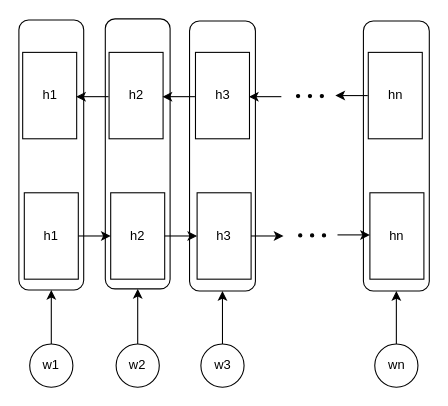
Before: LSTM+Attention.drawio in clement-micol/Neural-Network-Architecture-Diagrams, a draw.io diagram. Source tidied: cells renumbered, new cells numbered last; positions are measured from the earlier drawing's top-left corner, leaving out a move shared by most shapes. Both pictures are drawn from the tidied source at 108%, with x=0, y=0 at pixel (18, 18).
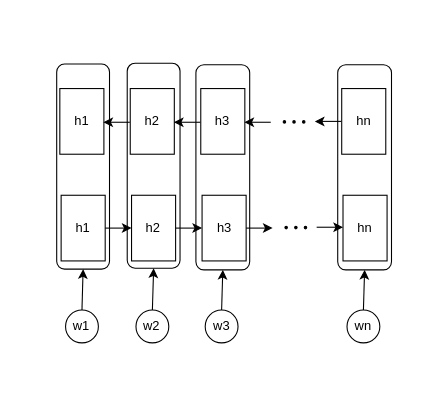
The same diagram, later.

What changed in the source:
```diff
@@
+    <mxCell id="36" style="group;" parent="1" vertex="1">
+      <mxGeometry x="35" y="41" width="310" height="259" as="geometry" />
+    </mxCell>
-    <mxCell id="2" style="rounded=1;whiteSpace=wrap;html=1;fillColor=none;direction=south;" parent="1" vertex="1">
-      <mxGeometry x="319" y="2" width="61" height="250" as="geometry" />
+    <mxCell id="2" style="rounded=1;whiteSpace=wrap;html=1;fillColor=none;direction=south;" parent="36" vertex="1">
+      <mxGeometry x="260.2" y="1.5" width="49.8" height="189.9" as="geometry" />
     </mxCell>
-    <mxCell id="3" style="rounded=1;whiteSpace=wrap;html=1;fillColor=none;direction=south;" parent="1" vertex="1">
-      <mxGeometry x="158" y="2" width="61" height="250" as="geometry" />
+    <mxCell id="3" style="rounded=1;whiteSpace=wrap;html=1;fillColor=none;direction=south;" parent="36" vertex="1">
+      <mxGeometry x="128.9" y="1.5" width="49.8" height="189.9" as="geometry" />
     </mxCell>
-    <mxCell id="4" style="rounded=1;whiteSpace=wrap;html=1;fillColor=none;direction=south;" parent="1" vertex="1">
-      <mxGeometry x="80" width="60" height="250" as="geometry" />
+    <mxCell id="4" style="rounded=1;whiteSpace=wrap;html=1;fillColor=none;direction=south;" parent="36" vertex="1">
+      <mxGeometry x="65.3" width="48.9" height="189.9" as="geometry" />
     </mxCell>
-    <mxCell id="5" style="rounded=1;whiteSpace=wrap;html=1;fillColor=none;direction=south;" parent="1" vertex="1">
-      <mxGeometry y="1" width="60" height="250" as="geometry" />
+    <mxCell id="5" style="rounded=1;whiteSpace=wrap;html=1;fillColor=none;direction=south;" parent="36" vertex="1">
+      <mxGeometry y="0.8" width="48.9" height="189.9" as="geometry" />
     </mxCell>
-    <mxCell id="6" value="h1" style="rounded=0;whiteSpace=wrap;html=1;" parent="1" vertex="1">
-      <mxGeometry x="5" y="161" width="50" height="80" as="geometry" />
+    <mxCell id="6" value="h1" style="rounded=0;whiteSpace=wrap;html=1;" parent="36" vertex="1">
+      <mxGeometry x="4.1" y="122.3" width="40.8" height="60.8" as="geometry" />
     </mxCell>
-    <mxCell id="7" value="h2" style="rounded=0;whiteSpace=wrap;html=1;" parent="1" vertex="1">
-      <mxGeometry x="85" y="161" width="50" height="80" as="geometry" />
+    <mxCell id="7" value="h2" style="rounded=0;whiteSpace=wrap;html=1;" parent="36" vertex="1">
+      <mxGeometry x="69.3" y="122.3" width="40.8" height="60.8" as="geometry" />
     </mxCell>
-    <mxCell id="8" value="h3" style="rounded=0;whiteSpace=wrap;html=1;" parent="1" vertex="1">
-      <mxGeometry x="165" y="161" width="50" height="80" as="geometry" />
+    <mxCell id="8" value="h3" style="rounded=0;whiteSpace=wrap;html=1;" parent="36" vertex="1">
+      <mxGeometry x="134.6" y="122.3" width="40.8" height="60.8" as="geometry" />
     </mxCell>
-    <mxCell id="9" value="hn" style="rounded=0;whiteSpace=wrap;html=1;" parent="1" vertex="1">
-      <mxGeometry x="325" y="161" width="50" height="80" as="geometry" />
+    <mxCell id="9" value="hn" style="rounded=0;whiteSpace=wrap;html=1;" parent="36" vertex="1">
+      <mxGeometry x="265.1" y="122.3" width="40.8" height="60.8" as="geometry" />
     </mxCell>
-    <mxCell id="10" style="ellipse;whiteSpace=wrap;html=1;fillColor=#000000;" parent="1" vertex="1">
-      <mxGeometry x="259" y="199" width="3" height="3" as="geometry" />
+    <mxCell id="10" style="ellipse;whiteSpace=wrap;html=1;fillColor=#000000;" parent="36" vertex="1">
+      <mxGeometry x="211.3" y="151.1" width="2.3" height="2.3" as="geometry" />
     </mxCell>
-    <mxCell id="11" style="ellipse;whiteSpace=wrap;html=1;fillColor=#000000;" parent="1" vertex="1">
-      <mxGeometry x="270" y="199" width="3" height="3" as="geometry" />
+    <mxCell id="11" style="ellipse;whiteSpace=wrap;html=1;fillColor=#000000;" parent="36" vertex="1">
+      <mxGeometry x="220.3" y="151.1" width="2.3" height="2.3" as="geometry" />
     </mxCell>
-    <mxCell id="12" style="ellipse;whiteSpace=wrap;html=1;fillColor=#000000;" parent="1" vertex="1">
-      <mxGeometry x="281" y="199" width="3" height="3" as="geometry" />
+    <mxCell id="12" style="ellipse;whiteSpace=wrap;html=1;fillColor=#000000;" parent="36" vertex="1">
+      <mxGeometry x="229.2" y="151.1" width="2.3" height="2.3" as="geometry" />
     </mxCell>
-    <mxCell id="13" style="endArrow=classic;html=1;rounded=0;exitX=1;exitY=0.5;exitDx=0;exitDy=0;entryX=0;entryY=0.5;entryDx=0;entryDy=0;" parent="1" edge="1" source="6" target="7">
+    <mxCell id="13" style="endArrow=classic;html=1;rounded=0;exitX=1;exitY=0.5;exitDx=0;exitDy=0;entryX=0;entryY=0.5;entryDx=0;entryDy=0;" parent="36" edge="1" source="6" target="7">
       <mxGeometry relative="1" as="geometry" />
     </mxCell>
-    <mxCell id="14" style="endArrow=classic;html=1;rounded=0;exitX=1;exitY=0.5;exitDx=0;exitDy=0;entryX=0;entryY=0.5;entryDx=0;entryDy=0;" parent="1" edge="1" source="7" target="8">
+    <mxCell id="14" style="endArrow=classic;html=1;rounded=0;exitX=1;exitY=0.5;exitDx=0;exitDy=0;entryX=0;entryY=0.5;entryDx=0;entryDy=0;" parent="36" edge="1" source="7" target="8">
       <mxGeometry relative="1" as="geometry" />
     </mxCell>
-    <mxCell id="15" style="endArrow=classic;html=1;rounded=0;exitX=1;exitY=0.5;exitDx=0;exitDy=0;" parent="1" edge="1" source="8">
+    <mxCell id="15" style="endArrow=classic;html=1;rounded=0;exitX=1;exitY=0.5;exitDx=0;exitDy=0;" parent="36" edge="1" source="8">
       <mxGeometry relative="1" as="geometry">
-        <mxPoint x="245" y="201" as="targetPoint" />
+        <mxPoint x="199.9" y="152.7" as="targetPoint" />
       </mxGeometry>
     </mxCell>
-    <mxCell id="16" style="endArrow=classic;html=1;rounded=0;exitX=1;exitY=0.5;exitDx=0;exitDy=0;entryX=0;entryY=0.5;entryDx=0;entryDy=0;" parent="1" edge="1">
+    <mxCell id="16" style="endArrow=classic;html=1;rounded=0;exitX=1;exitY=0.5;exitDx=0;exitDy=0;entryX=0;entryY=0.5;entryDx=0;entryDy=0;" parent="36" edge="1">
       <mxGeometry relative="1" as="geometry">
-        <mxPoint x="295" y="200" as="sourcePoint" />
-        <mxPoint x="325" y="200" as="targetPoint" />
+        <mxPoint x="240.7" y="151.9" as="sourcePoint" />
+        <mxPoint x="265.1" y="151.9" as="targetPoint" />
       </mxGeometry>
     </mxCell>
-    <mxCell id="17" value="w1" style="ellipse;whiteSpace=wrap;html=1;fillColor=none;" parent="1" vertex="1">
-      <mxGeometry x="10" y="301" width="40" height="40" as="geometry" />
+    <mxCell id="17" value="w1" style="ellipse;whiteSpace=wrap;html=1;fillColor=none;" parent="36" vertex="1">
+      <mxGeometry x="8.2" y="228.6" width="30.4" height="30.4" as="geometry" />
     </mxCell>
-    <mxCell id="18" value="w2" style="ellipse;whiteSpace=wrap;html=1;fillColor=none;" parent="1" vertex="1">
-      <mxGeometry x="90" y="301" width="40" height="40" as="geometry" />
+    <mxCell id="18" value="w2" style="ellipse;whiteSpace=wrap;html=1;fillColor=none;" parent="36" vertex="1">
+      <mxGeometry x="73.4" y="228.6" width="30.4" height="30.4" as="geometry" />
     </mxCell>
-    <mxCell id="19" value="w3" style="ellipse;whiteSpace=wrap;html=1;fillColor=none;" parent="1" vertex="1">
-      <mxGeometry x="168.5" y="301" width="40" height="40" as="geometry" />
+    <mxCell id="19" value="w3" style="ellipse;whiteSpace=wrap;html=1;fillColor=none;" parent="36" vertex="1">
+      <mxGeometry x="137.5" y="228.6" width="30.4" height="30.4" as="geometry" />
     </mxCell>
-    <mxCell id="20" value="wn" style="ellipse;whiteSpace=wrap;html=1;fillColor=none;" parent="1" vertex="1">
-      <mxGeometry x="329.5" y="301" width="40" height="40" as="geometry" />
+    <mxCell id="20" value="wn" style="ellipse;whiteSpace=wrap;html=1;fillColor=none;" parent="36" vertex="1">
+      <mxGeometry x="268.8" y="228.6" width="30.4" height="30.4" as="geometry" />
     </mxCell>
-    <mxCell id="21" value="h1" style="rounded=0;whiteSpace=wrap;html=1;" parent="1" vertex="1">
-      <mxGeometry x="3.5" y="31" width="50" height="80" as="geometry" />
+    <mxCell id="21" value="h1" style="rounded=0;whiteSpace=wrap;html=1;" parent="36" vertex="1">
+      <mxGeometry x="2.9" y="23.5" width="40.8" height="60.8" as="geometry" />
     </mxCell>
-    <mxCell id="22" value="h2" style="rounded=0;whiteSpace=wrap;html=1;" parent="1" vertex="1">
-      <mxGeometry x="83.5" y="31" width="50" height="80" as="geometry" />
+    <mxCell id="22" value="h2" style="rounded=0;whiteSpace=wrap;html=1;" parent="36" vertex="1">
+      <mxGeometry x="68.1" y="23.5" width="40.8" height="60.8" as="geometry" />
     </mxCell>
-    <mxCell id="23" value="h3" style="rounded=0;whiteSpace=wrap;html=1;" parent="1" vertex="1">
-      <mxGeometry x="163.5" y="31" width="50" height="80" as="geometry" />
+    <mxCell id="23" value="h3" style="rounded=0;whiteSpace=wrap;html=1;" parent="36" vertex="1">
+      <mxGeometry x="133.4" y="23.5" width="40.8" height="60.8" as="geometry" />
     </mxCell>
-    <mxCell id="24" value="hn" style="rounded=0;whiteSpace=wrap;html=1;" parent="1" vertex="1">
-      <mxGeometry x="323.5" y="31" width="50" height="80" as="geometry" />
+    <mxCell id="24" value="hn" style="rounded=0;whiteSpace=wrap;html=1;" parent="36" vertex="1">
+      <mxGeometry x="263.9" y="23.5" width="40.8" height="60.8" as="geometry" />
     </mxCell>
-    <mxCell id="25" style="ellipse;whiteSpace=wrap;html=1;fillColor=#000000;" parent="1" vertex="1">
-      <mxGeometry x="257" y="70" width="3" height="3" as="geometry" />
+    <mxCell id="25" style="ellipse;whiteSpace=wrap;html=1;fillColor=#000000;" parent="36" vertex="1">
+      <mxGeometry x="209.7" y="53.2" width="2.3" height="2.3" as="geometry" />
     </mxCell>
-    <mxCell id="26" style="ellipse;whiteSpace=wrap;html=1;fillColor=#000000;" parent="1" vertex="1">
-      <mxGeometry x="268" y="70" width="3" height="3" as="geometry" />
+    <mxCell id="26" style="ellipse;whiteSpace=wrap;html=1;fillColor=#000000;" parent="36" vertex="1">
+      <mxGeometry x="218.6" y="53.2" width="2.3" height="2.3" as="geometry" />
     </mxCell>
-    <mxCell id="27" style="ellipse;whiteSpace=wrap;html=1;fillColor=#000000;" parent="1" vertex="1">
-      <mxGeometry x="279" y="70" width="3" height="3" as="geometry" />
+    <mxCell id="27" style="ellipse;whiteSpace=wrap;html=1;fillColor=#000000;" parent="36" vertex="1">
+      <mxGeometry x="227.6" y="53.2" width="2.3" height="2.3" as="geometry" />
     </mxCell>
-    <mxCell id="28" style="endArrow=classic;html=1;rounded=0;exitX=1;exitY=0.5;exitDx=0;exitDy=0;entryX=0;entryY=0.5;entryDx=0;entryDy=0;" parent="1" edge="1">
+    <mxCell id="28" style="endArrow=classic;html=1;rounded=0;exitX=1;exitY=0.5;exitDx=0;exitDy=0;entryX=0;entryY=0.5;entryDx=0;entryDy=0;" parent="36" edge="1">
       <mxGeometry relative="1" as="geometry">
-        <mxPoint x="83" y="72" as="sourcePoint" />
-        <mxPoint x="53" y="72" as="targetPoint" />
+        <mxPoint x="67.7" y="54.7" as="sourcePoint" />
+        <mxPoint x="43.2" y="54.7" as="targetPoint" />
       </mxGeometry>
     </mxCell>
-    <mxCell id="29" style="endArrow=classic;html=1;rounded=0;exitX=1;exitY=0.5;exitDx=0;exitDy=0;entryX=0;entryY=0.5;entryDx=0;entryDy=0;" parent="1" edge="1">
+    <mxCell id="29" style="endArrow=classic;html=1;rounded=0;exitX=1;exitY=0.5;exitDx=0;exitDy=0;entryX=0;entryY=0.5;entryDx=0;entryDy=0;" parent="36" edge="1">
       <mxGeometry relative="1" as="geometry">
-        <mxPoint x="163" y="72" as="sourcePoint" />
-        <mxPoint x="133" y="72" as="targetPoint" />
+        <mxPoint x="133" y="54.7" as="sourcePoint" />
+        <mxPoint x="108.5" y="54.7" as="targetPoint" />
       </mxGeometry>
     </mxCell>
-    <mxCell id="30" style="endArrow=classic;html=1;rounded=0;exitX=1;exitY=0.5;exitDx=0;exitDy=0;" parent="1" edge="1">
+    <mxCell id="30" style="endArrow=classic;html=1;rounded=0;exitX=1;exitY=0.5;exitDx=0;exitDy=0;" parent="36" edge="1">
       <mxGeometry relative="1" as="geometry">
-        <mxPoint x="243" y="72" as="sourcePoint" />
-        <mxPoint x="213" y="72" as="targetPoint" />
+        <mxPoint x="198.2" y="54.7" as="sourcePoint" />
+        <mxPoint x="173.8" y="54.7" as="targetPoint" />
       </mxGeometry>
     </mxCell>
-    <mxCell id="31" style="endArrow=classic;html=1;rounded=0;exitX=1;exitY=0.5;exitDx=0;exitDy=0;entryX=0;entryY=0.5;entryDx=0;entryDy=0;" parent="1" edge="1">
+    <mxCell id="31" style="endArrow=classic;html=1;rounded=0;exitX=1;exitY=0.5;exitDx=0;exitDy=0;entryX=0;entryY=0.5;entryDx=0;entryDy=0;" parent="36" edge="1">
       <mxGeometry relative="1" as="geometry">
-        <mxPoint x="323" y="71" as="sourcePoint" />
-        <mxPoint x="293" y="71" as="targetPoint" />
+        <mxPoint x="263.5" y="53.9" as="sourcePoint" />
+        <mxPoint x="239" y="53.9" as="targetPoint" />
       </mxGeometry>
     </mxCell>
-    <mxCell id="32" style="endArrow=classic;html=1;rounded=0;exitX=0.5;exitY=0;exitDx=0;exitDy=0;entryX=1;entryY=0.5;entryDx=0;entryDy=0;" parent="1" edge="1" source="17" target="5">
+    <mxCell id="32" style="endArrow=classic;html=1;rounded=0;exitX=0.5;exitY=0;exitDx=0;exitDy=0;entryX=1;entryY=0.5;entryDx=0;entryDy=0;" parent="36" edge="1" source="17" target="5">
       <mxGeometry relative="1" as="geometry" />
     </mxCell>
-    <mxCell id="33" style="endArrow=classic;html=1;rounded=0;exitX=0.5;exitY=0;exitDx=0;exitDy=0;entryX=1;entryY=0.5;entryDx=0;entryDy=0;" parent="1" edge="1" source="18" target="4">
+    <mxCell id="33" style="endArrow=classic;html=1;rounded=0;exitX=0.5;exitY=0;exitDx=0;exitDy=0;entryX=1;entryY=0.5;entryDx=0;entryDy=0;" parent="36" edge="1" source="18" target="4">
       <mxGeometry relative="1" as="geometry" />
     </mxCell>
-    <mxCell id="34" style="endArrow=classic;html=1;rounded=0;exitX=0.5;exitY=0;exitDx=0;exitDy=0;entryX=1;entryY=0.5;entryDx=0;entryDy=0;" parent="1" edge="1" source="19" target="3">
+    <mxCell id="34" style="endArrow=classic;html=1;rounded=0;exitX=0.5;exitY=0;exitDx=0;exitDy=0;entryX=1;entryY=0.5;entryDx=0;entryDy=0;" parent="36" edge="1" source="19" target="3">
       <mxGeometry relative="1" as="geometry" />
     </mxCell>
-    <mxCell id="35" style="endArrow=classic;html=1;rounded=0;exitX=0.5;exitY=0;exitDx=0;exitDy=0;entryX=1;entryY=0.5;entryDx=0;entryDy=0;" parent="1" edge="1" source="20" target="2">
+    <mxCell id="35" style="endArrow=classic;html=1;rounded=0;exitX=0.5;exitY=0;exitDx=0;exitDy=0;entryX=1;entryY=0.5;entryDx=0;entryDy=0;" parent="36" edge="1" source="20" target="2">
       <mxGeometry relative="1" as="geometry" />
     </mxCell>
```
